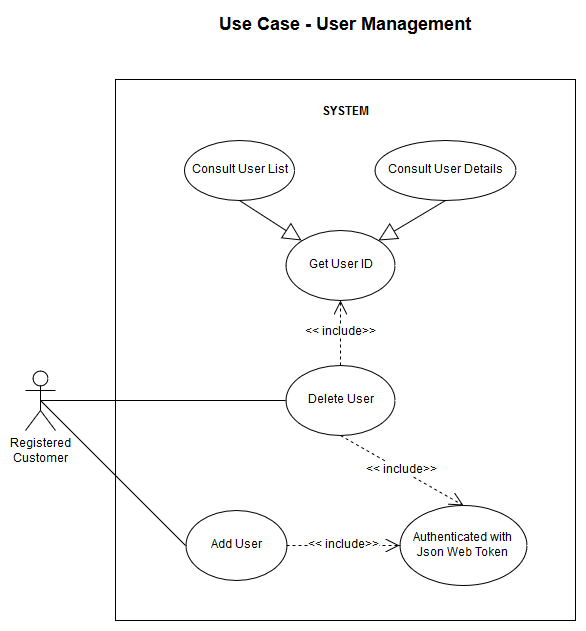
GoyaveBrave/Bilemo-1 keeps this draw.io diagram as doc/diagrams/user-management/UserCase.png. Above is the earlier version. Source tidied: cells renumbered, new cells last; positions are measured from the earlier drawing's top-left corner, leaving out a move shared by most shapes.
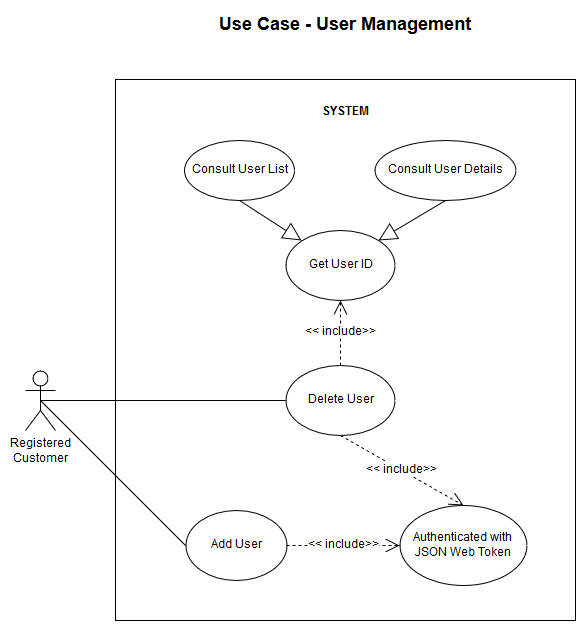
After the commit.

Commit message:
update user case diagram #44

Diff of the diagram source:
```diff
@@ -32,7 +32,7 @@
     <mxCell id="11" style="endArrow=block;endSize=16;endFill=0;html=1;strokeColor=#000000;fontSize=12;exitX=0.5;exitY=1;entryX=1;entryY=0;entryDx=0;entryDy=0;" parent="1" edge="1" source="9" target="17">
       <mxGeometry relative="1" as="geometry" />
     </mxCell>
-    <mxCell id="12" value="Authenticated with Json Web Token" style="ellipse;whiteSpace=wrap;html=1;fontSize=12;" parent="1" vertex="1">
+    <mxCell id="12" value="Authenticated with JSON Web Token" style="ellipse;whiteSpace=wrap;html=1;fontSize=12;" parent="1" vertex="1">
       <mxGeometry x="374" y="495" width="127" height="80" as="geometry" />
     </mxCell>
     <mxCell id="13" style="endArrow=block;endSize=16;endFill=0;html=1;strokeColor=#000000;fontSize=12;exitX=0.5;exitY=1;entryX=0;entryY=0;entryDx=0;entryDy=0;" parent="1" edge="1" source="8" target="17">
```
